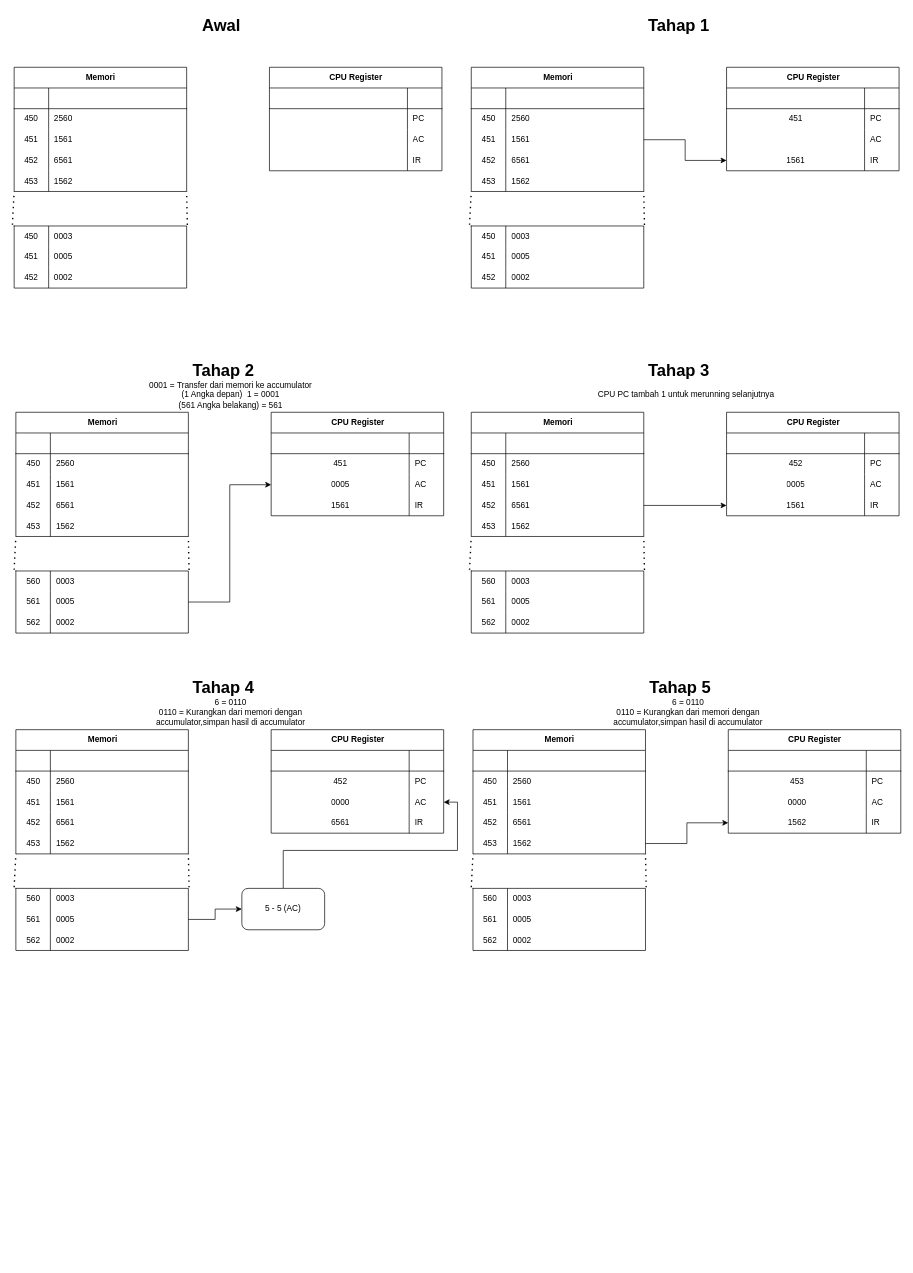
Above: CPU.drawio in ImNotDanish05/Tester (draw.io), before the change. Source tidied: cells renumbered, new cells numbered last; positions are measured from the earlier drawing's top-left corner, leaving out a move shared by most shapes. Both pictures are drawn from the tidied source at 69%, with x=0, y=0 at pixel (14, 12).
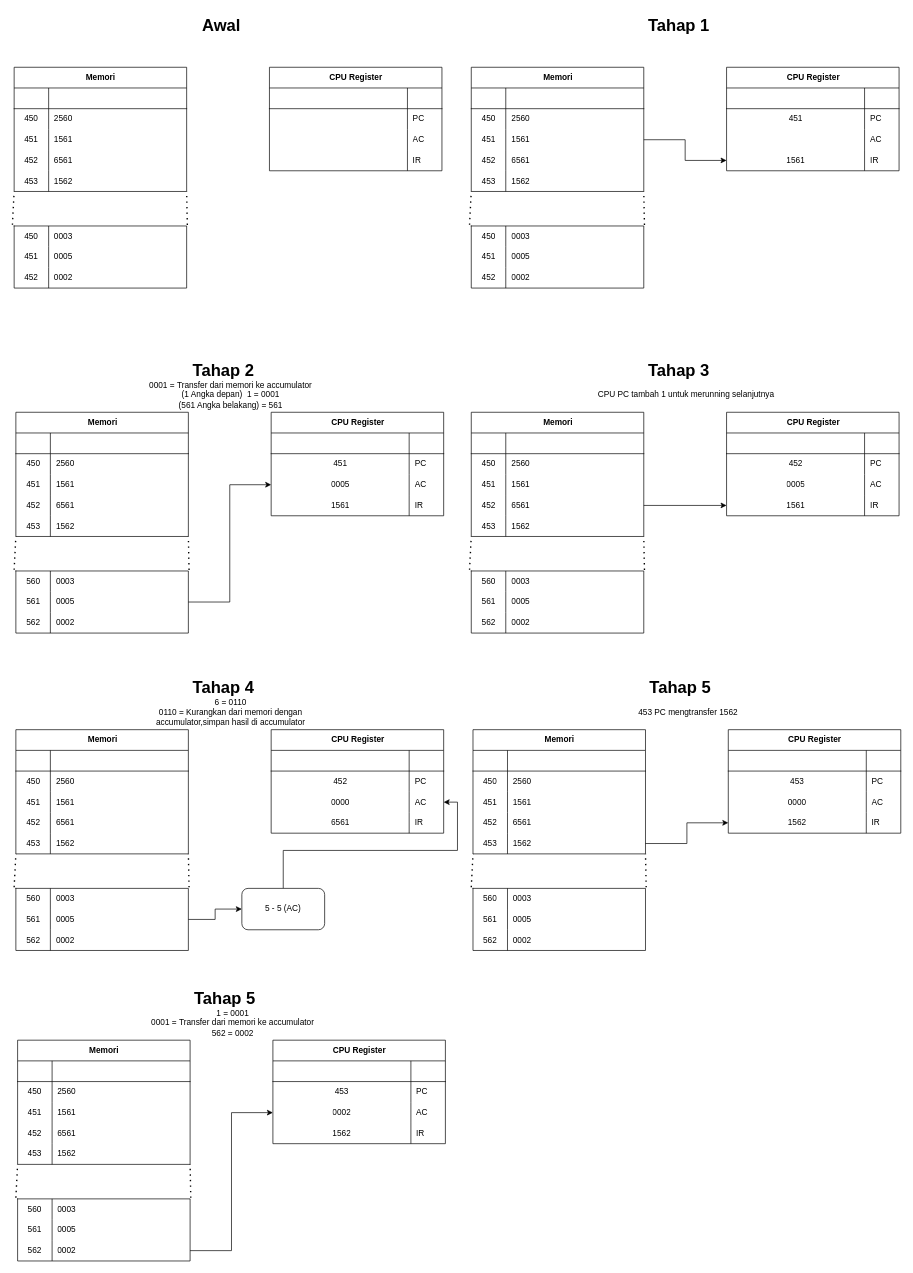
After the change.

Change to the diagram source:
```diff
@@
-    <mxCell id="264" value="&lt;span style=&quot;background-color: initial;&quot;&gt;6 = 0110&lt;/span&gt;&lt;div&gt;0110 =&amp;nbsp;Kurangkan dari memori dengan accumulator,simpan hasil di accumulator &lt;/div&gt;" style="text;html=1;align=center;verticalAlign=middle;whiteSpace=wrap;rounded=0;" parent="1" vertex="1">
+    <mxCell id="264" value="453 PC mengtransfer 1562" style="text;html=1;align=center;verticalAlign=middle;whiteSpace=wrap;rounded=0;" parent="1" vertex="1">
       <mxGeometry x="842.5" y="1000" width="267.5" height="30" as="geometry" />
     </mxCell>
@@
+    <mxCell id="266" value="Memori" style="shape=table;startSize=30;childLayout=tableLayout;rowLines=0;fontStyle=1;align=center;html=1;" parent="1" vertex="1">
+      <mxGeometry x="5" y="1490" width="250" height="180" as="geometry" />
+    </mxCell>
+    <mxCell id="267" style="shape=tableRow;horizontal=0;startSize=0;swimlaneHead=0;swimlaneBody=0;fillColor=none;top=0;left=0;right=0;bottom=1;" parent="266" vertex="1">
+      <mxGeometry y="30" width="250" height="30" as="geometry" />
+    </mxCell>
+    <mxCell id="268" style="shape=partialRectangle;fillColor=none;top=0;left=0;bottom=0;right=0;fontStyle=1;overflow=hidden;whiteSpace=wrap;html=1;" parent="267" vertex="1">
+      <mxGeometry width="50" height="30" as="geometry" />
+    </mxCell>
+    <mxCell id="269" style="shape=partialRectangle;fillColor=none;top=0;left=0;bottom=0;right=0;align=left;spacingLeft=6;fontStyle=5;overflow=hidden;whiteSpace=wrap;html=1;" parent="267" vertex="1">
+      <mxGeometry x="50" width="200" height="30" as="geometry" />
+    </mxCell>
+    <mxCell id="270" style="shape=tableRow;horizontal=0;startSize=0;swimlaneHead=0;swimlaneBody=0;fillColor=none;top=0;left=0;right=0;bottom=0;" parent="266" vertex="1">
+      <mxGeometry y="60" width="250" height="30" as="geometry" />
+    </mxCell>
+    <mxCell id="271" value="450" style="shape=partialRectangle;fillColor=none;top=0;left=0;bottom=0;right=0;overflow=hidden;whiteSpace=wrap;html=1;" parent="270" vertex="1">
+      <mxGeometry width="50" height="30" as="geometry" />
+    </mxCell>
+    <mxCell id="272" value="2560" style="shape=partialRectangle;fillColor=none;top=0;left=0;bottom=0;right=0;align=left;spacingLeft=6;overflow=hidden;whiteSpace=wrap;html=1;" parent="270" vertex="1">
+      <mxGeometry x="50" width="200" height="30" as="geometry" />
+    </mxCell>
+    <mxCell id="273" style="shape=tableRow;horizontal=0;startSize=0;swimlaneHead=0;swimlaneBody=0;fillColor=none;top=0;left=0;right=0;bottom=0;" parent="266" vertex="1">
+      <mxGeometry y="90" width="250" height="30" as="geometry" />
+    </mxCell>
+    <mxCell id="274" value="451" style="shape=partialRectangle;fillColor=none;top=0;left=0;bottom=0;right=0;overflow=hidden;whiteSpace=wrap;html=1;" parent="273" vertex="1">
+      <mxGeometry width="50" height="30" as="geometry" />
+    </mxCell>
+    <mxCell id="275" value="1561" style="shape=partialRectangle;fillColor=none;top=0;left=0;bottom=0;right=0;align=left;spacingLeft=6;overflow=hidden;whiteSpace=wrap;html=1;" parent="273" vertex="1">
+      <mxGeometry x="50" width="200" height="30" as="geometry" />
+    </mxCell>
+    <mxCell id="276" style="shape=tableRow;horizontal=0;startSize=0;swimlaneHead=0;swimlaneBody=0;fillColor=none;top=0;left=0;right=0;bottom=0;" parent="266" vertex="1">
+      <mxGeometry y="120" width="250" height="30" as="geometry" />
+    </mxCell>
+    <mxCell id="277" value="452" style="shape=partialRectangle;fillColor=none;top=0;left=0;bottom=0;right=0;overflow=hidden;whiteSpace=wrap;html=1;" parent="276" vertex="1">
+      <mxGeometry width="50" height="30" as="geometry" />
+    </mxCell>
+    <mxCell id="278" value="6561" style="shape=partialRectangle;fillColor=none;top=0;left=0;bottom=0;right=0;align=left;spacingLeft=6;overflow=hidden;whiteSpace=wrap;html=1;" parent="276" vertex="1">
+      <mxGeometry x="50" width="200" height="30" as="geometry" />
+    </mxCell>
+    <mxCell id="279" style="shape=tableRow;horizontal=0;startSize=0;swimlaneHead=0;swimlaneBody=0;fillColor=none;points=[[0,0.5],[1,0.5]];portConstraint=eastwest;top=0;left=0;right=0;bottom=0;" parent="266" vertex="1">
+      <mxGeometry y="150" width="250" height="30" as="geometry" />
+    </mxCell>
+    <mxCell id="280" value="453" style="shape=partialRectangle;fillColor=none;top=0;left=0;bottom=0;right=0;overflow=hidden;whiteSpace=wrap;html=1;" parent="279" vertex="1">
+      <mxGeometry width="50" height="30" as="geometry" />
+    </mxCell>
+    <mxCell id="281" value="1562" style="shape=partialRectangle;fillColor=none;top=0;left=0;bottom=0;right=0;align=left;spacingLeft=6;overflow=hidden;whiteSpace=wrap;html=1;" parent="279" vertex="1">
+      <mxGeometry x="50" width="200" height="30" as="geometry" />
+    </mxCell>
+    <mxCell id="282" value="CPU Register" style="shape=table;startSize=30;childLayout=tableLayout;rowLines=0;fontStyle=1;align=center;html=1;" parent="1" vertex="1">
+      <mxGeometry x="375" y="1490" width="250" height="150" as="geometry" />
+    </mxCell>
+    <mxCell id="283" style="shape=tableRow;horizontal=0;startSize=0;swimlaneHead=0;swimlaneBody=0;fillColor=none;top=0;left=0;right=0;bottom=1;" parent="282" vertex="1">
+      <mxGeometry y="30" width="250" height="30" as="geometry" />
+    </mxCell>
+    <mxCell id="284" style="shape=partialRectangle;fillColor=none;top=0;left=0;bottom=0;right=0;fontStyle=1;overflow=hidden;whiteSpace=wrap;html=1;" parent="283" vertex="1">
+      <mxGeometry width="200" height="30" as="geometry" />
+    </mxCell>
+    <mxCell id="285" style="shape=partialRectangle;fillColor=none;top=0;left=0;bottom=0;right=0;align=left;spacingLeft=6;fontStyle=5;overflow=hidden;whiteSpace=wrap;html=1;" parent="283" vertex="1">
+      <mxGeometry x="200" width="50" height="30" as="geometry" />
+    </mxCell>
+    <mxCell id="286" style="shape=tableRow;horizontal=0;startSize=0;swimlaneHead=0;swimlaneBody=0;fillColor=none;top=0;left=0;right=0;bottom=0;" parent="282" vertex="1">
+      <mxGeometry y="60" width="250" height="30" as="geometry" />
+    </mxCell>
+    <mxCell id="287" value="453" style="shape=partialRectangle;fillColor=none;top=0;left=0;bottom=0;right=0;overflow=hidden;whiteSpace=wrap;html=1;" parent="286" vertex="1">
+      <mxGeometry width="200" height="30" as="geometry" />
+    </mxCell>
+    <mxCell id="288" value="PC" style="shape=partialRectangle;fillColor=none;top=0;left=0;bottom=0;right=0;align=left;spacingLeft=6;overflow=hidden;whiteSpace=wrap;html=1;" parent="286" vertex="1">
+      <mxGeometry x="200" width="50" height="30" as="geometry" />
+    </mxCell>
+    <mxCell id="289" style="shape=tableRow;horizontal=0;startSize=0;swimlaneHead=0;swimlaneBody=0;fillColor=none;points=[[0,0.5],[1,0.5]];portConstraint=eastwest;top=0;left=0;right=0;bottom=0;" parent="282" vertex="1">
+      <mxGeometry y="90" width="250" height="30" as="geometry" />
+    </mxCell>
+    <mxCell id="290" value="0002" style="shape=partialRectangle;fillColor=none;top=0;left=0;bottom=0;right=0;overflow=hidden;whiteSpace=wrap;html=1;" parent="289" vertex="1">
+      <mxGeometry width="200" height="30" as="geometry" />
+    </mxCell>
+    <mxCell id="291" value="AC" style="shape=partialRectangle;fillColor=none;top=0;left=0;bottom=0;right=0;align=left;spacingLeft=6;overflow=hidden;whiteSpace=wrap;html=1;" parent="289" vertex="1">
+      <mxGeometry x="200" width="50" height="30" as="geometry" />
+    </mxCell>
+    <mxCell id="292" style="shape=tableRow;horizontal=0;startSize=0;swimlaneHead=0;swimlaneBody=0;fillColor=none;top=0;left=0;right=0;bottom=0;" parent="282" vertex="1">
+      <mxGeometry y="120" width="250" height="30" as="geometry" />
+    </mxCell>
+    <mxCell id="293" value="1562" style="shape=partialRectangle;fillColor=none;top=0;left=0;bottom=0;right=0;overflow=hidden;whiteSpace=wrap;html=1;" parent="292" vertex="1">
+      <mxGeometry width="200" height="30" as="geometry" />
+    </mxCell>
+    <mxCell id="294" value="IR" style="shape=partialRectangle;fillColor=none;top=0;left=0;bottom=0;right=0;align=left;spacingLeft=6;overflow=hidden;whiteSpace=wrap;html=1;" parent="292" vertex="1">
+      <mxGeometry x="200" width="50" height="30" as="geometry" />
+    </mxCell>
+    <mxCell id="295" style="shape=table;startSize=0;childLayout=tableLayout;rowLines=0;fontStyle=1;align=center;html=1;" parent="1" vertex="1">
+      <mxGeometry x="5" y="1720" width="250" height="90" as="geometry" />
+    </mxCell>
+    <mxCell id="296" style="shape=tableRow;horizontal=0;startSize=0;swimlaneHead=0;swimlaneBody=0;fillColor=none;points=[[0,0.5],[1,0.5]];portConstraint=eastwest;top=0;left=0;right=0;bottom=0;" parent="295" vertex="1">
+      <mxGeometry width="250" height="30" as="geometry" />
+    </mxCell>
+    <mxCell id="297" value="560" style="shape=partialRectangle;fillColor=none;top=0;left=0;bottom=0;right=0;overflow=hidden;whiteSpace=wrap;html=1;" parent="296" vertex="1">
+      <mxGeometry width="50" height="30" as="geometry" />
+    </mxCell>
+    <mxCell id="298" value="0003" style="shape=partialRectangle;fillColor=none;top=0;left=0;bottom=0;right=0;align=left;spacingLeft=6;overflow=hidden;whiteSpace=wrap;html=1;" parent="296" vertex="1">
+      <mxGeometry x="50" width="200" height="30" as="geometry" />
+    </mxCell>
+    <mxCell id="299" style="shape=tableRow;horizontal=0;startSize=0;swimlaneHead=0;swimlaneBody=0;fillColor=none;top=0;left=0;right=0;bottom=0;" parent="295" vertex="1">
+      <mxGeometry y="30" width="250" height="30" as="geometry" />
+    </mxCell>
+    <mxCell id="300" value="561" style="shape=partialRectangle;fillColor=none;top=0;left=0;bottom=0;right=0;overflow=hidden;whiteSpace=wrap;html=1;" parent="299" vertex="1">
+      <mxGeometry width="50" height="30" as="geometry" />
+    </mxCell>
+    <mxCell id="301" value="0005" style="shape=partialRectangle;fillColor=none;top=0;left=0;bottom=0;right=0;align=left;spacingLeft=6;overflow=hidden;whiteSpace=wrap;html=1;" parent="299" vertex="1">
+      <mxGeometry x="50" width="200" height="30" as="geometry" />
+    </mxCell>
+    <mxCell id="302" style="shape=tableRow;horizontal=0;startSize=0;swimlaneHead=0;swimlaneBody=0;fillColor=none;points=[[0,0.5],[1,0.5]];portConstraint=eastwest;top=0;left=0;right=0;bottom=0;" parent="295" vertex="1">
+      <mxGeometry y="60" width="250" height="30" as="geometry" />
+    </mxCell>
+    <mxCell id="303" value="562" style="shape=partialRectangle;fillColor=none;top=0;left=0;bottom=0;right=0;overflow=hidden;whiteSpace=wrap;html=1;" parent="302" vertex="1">
+      <mxGeometry width="50" height="30" as="geometry" />
+    </mxCell>
+    <mxCell id="304" value="0002" style="shape=partialRectangle;fillColor=none;top=0;left=0;bottom=0;right=0;align=left;spacingLeft=6;overflow=hidden;whiteSpace=wrap;html=1;" parent="302" vertex="1">
+      <mxGeometry x="50" width="200" height="30" as="geometry" />
+    </mxCell>
+    <mxCell id="305" style="endArrow=none;dashed=1;html=1;dashPattern=1 3;strokeWidth=2;rounded=0;exitX=1.004;exitY=-0.051;exitDx=0;exitDy=0;exitPerimeter=0;" parent="1" edge="1" source="296">
+      <mxGeometry relative="1" as="geometry">
+        <mxPoint x="255" y="1670" as="targetPoint" />
+      </mxGeometry>
+    </mxCell>
+    <mxCell id="306" style="endArrow=none;dashed=1;html=1;dashPattern=1 3;strokeWidth=2;rounded=0;entryX=0;entryY=1;entryDx=0;entryDy=0;entryPerimeter=0;exitX=-0.01;exitY=-0.057;exitDx=0;exitDy=0;exitPerimeter=0;" parent="1" edge="1" source="296" target="279">
+      <mxGeometry relative="1" as="geometry" />
+    </mxCell>
+    <mxCell id="307" value="Tahap 5" style="text;strokeColor=none;fillColor=none;html=1;fontSize=24;fontStyle=1;verticalAlign=middle;align=center;" parent="1" vertex="1">
+      <mxGeometry x="255" y="1410" width="100" height="40" as="geometry" />
+    </mxCell>
+    <mxCell id="308" value="1 = 0001&lt;div&gt;0001 =&amp;nbsp;Transfer dari memori ke accumulator &lt;br&gt;&lt;div&gt;562 = 0002&lt;/div&gt;&lt;/div&gt;" style="text;html=1;align=center;verticalAlign=middle;whiteSpace=wrap;rounded=0;" parent="1" vertex="1">
+      <mxGeometry x="182.5" y="1450" width="267.5" height="30" as="geometry" />
+    </mxCell>
+    <mxCell id="309" style="edgeStyle=orthogonalEdgeStyle;rounded=0;jettySize=auto;html=1;entryX=0;entryY=0.5;entryDx=0;entryDy=0;" parent="1" edge="1" source="302" target="289">
+      <mxGeometry relative="1" as="geometry" />
+    </mxCell>
```
